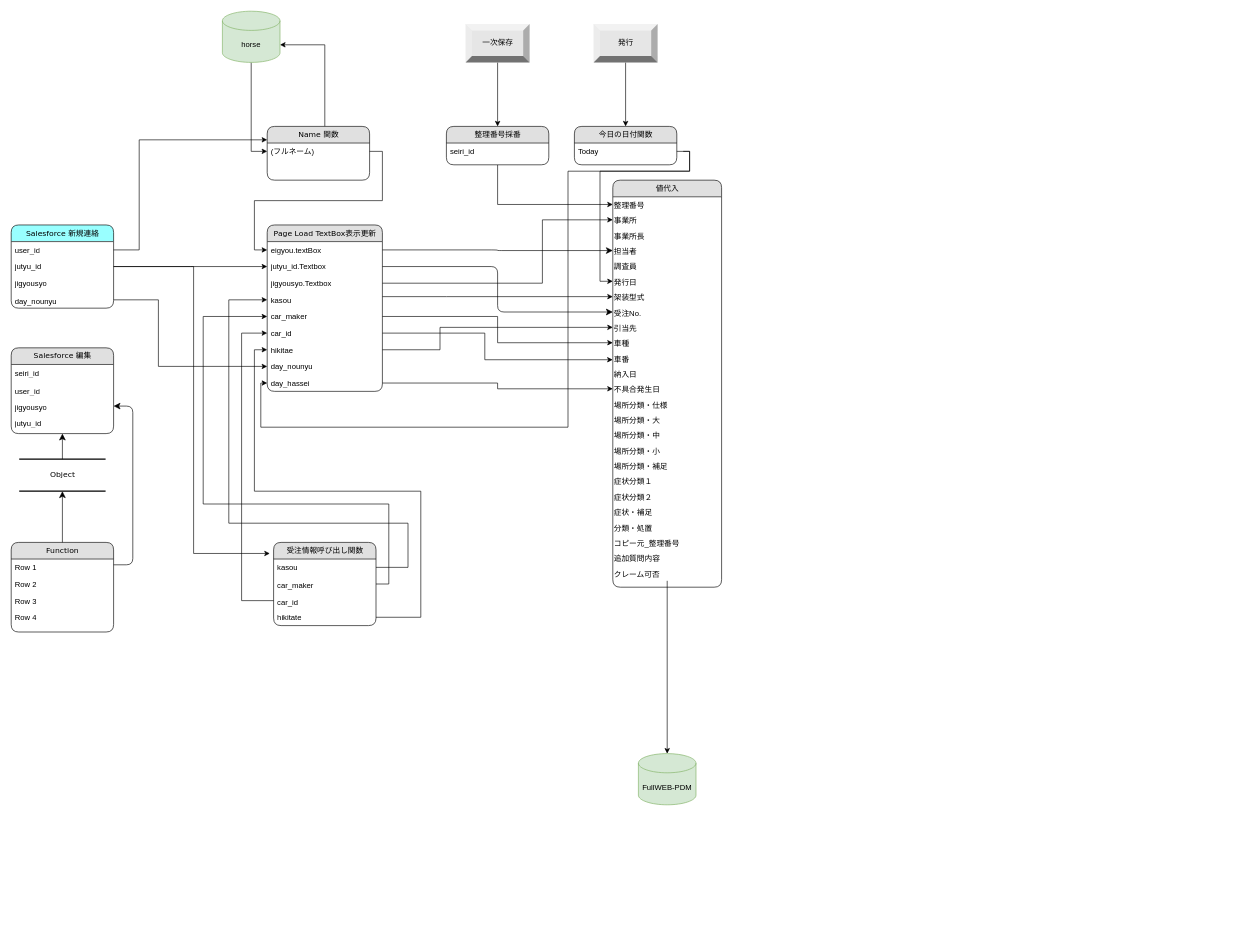
sakag-120/systemflow keeps this draw.io diagram as io Diagram.drawio. Above is the earlier version. Source tidied: cells renumbered, new cells numbered last; positions are measured from the earlier drawing's top-left corner, leaving out a move shared by most shapes. Both pictures are drawn from the tidied source at 64%, with x=0, y=0 at pixel (11, 11).
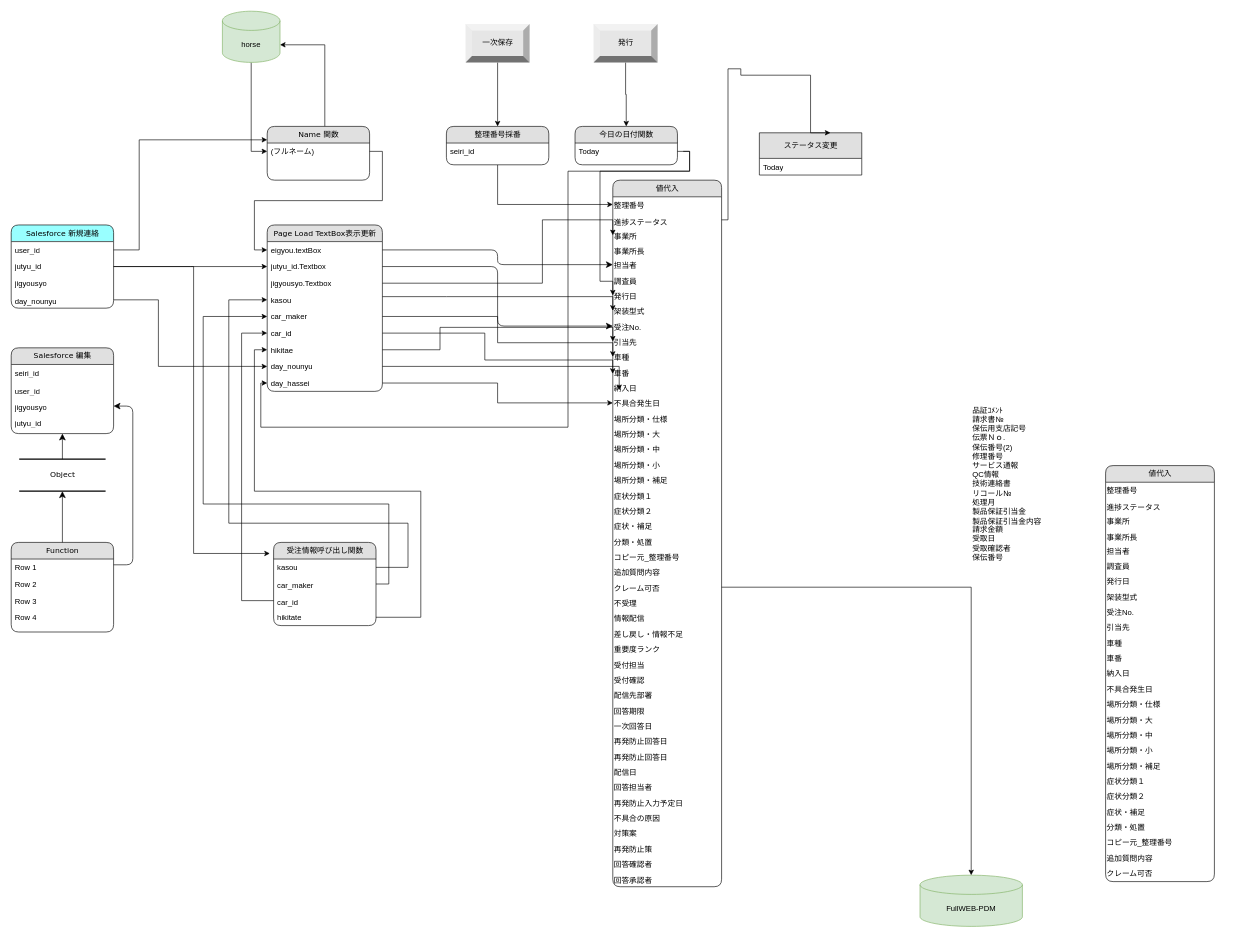
The same page after the edit.

The change refers to these unchanged cells:
```xml
<mxCell id="16" value="day_nounyu" style="text;html=1;strokeColor=none;fillColor=none;spacingLeft=4;spacingRight=4;whiteSpace=wrap;overflow=hidden;points=[[0,0.5],[1,0.5]];portConstraint=eastwest;" parent="8" vertex="1">
  <mxGeometry y="208" width="180" height="26" as="geometry" />
</mxCell>
```

Diff of the diagram source:
```diff
@@
     <mxCell id="39" value="値代入" style="swimlane;html=1;fontStyle=0;horizontal=1;startSize=26;fillColor=#e0e0e0;swimlaneFillColor=#ffffff;align=center;rounded=1;shadow=0;comic=0;labelBackgroundColor=none;strokeWidth=1;fontFamily=Verdana;fontSize=12;" parent="1" vertex="1">
-      <mxGeometry x="940" y="264" width="170" height="636" as="geometry" />
+      <mxGeometry x="940" y="264" width="170" height="1104" as="geometry" />
     </mxCell>
@@
+    <mxCell id="97" value="&lt;table width=&quot;185&quot; cellspacing=&quot;0&quot; cellpadding=&quot;0&quot; border=&quot;0&quot;&gt;&lt;tbody&gt;&lt;tr&gt;&lt;td class=&quot;xl65&quot; style=&quot;height: 13.5pt ; width: 139pt&quot; width=&quot;185&quot; height=&quot;18&quot;&gt;進捗ステータス&lt;/td&gt;&lt;/tr&gt;&lt;/tbody&gt;&lt;/table&gt;" style="text;whiteSpace=wrap;html=1;" parent="39" vertex="1">
+      <mxGeometry y="50" width="170" height="24" as="geometry" />
+    </mxCell>
     <mxCell id="41" value="事業所" style="text;whiteSpace=wrap;html=1;" parent="39" vertex="1">
-      <mxGeometry y="50" width="170" height="24" as="geometry" />
+      <mxGeometry y="74" width="170" height="24" as="geometry" />
     </mxCell>
     <mxCell id="42" value="事業所長" style="text;whiteSpace=wrap;html=1;" parent="39" vertex="1">
-      <mxGeometry y="74" width="170" height="24" as="geometry" />
+      <mxGeometry y="98" width="170" height="22" as="geometry" />
     </mxCell>
     <mxCell id="43" value="担当者" style="text;whiteSpace=wrap;html=1;" parent="39" vertex="1">
-      <mxGeometry y="98" width="170" height="24" as="geometry" />
+      <mxGeometry y="120" width="170" height="24" as="geometry" />
     </mxCell>
     <mxCell id="44" value="調査員" style="text;whiteSpace=wrap;html=1;" parent="39" vertex="1">
-      <mxGeometry y="122" width="170" height="24" as="geometry" />
+      <mxGeometry y="144" width="170" height="24" as="geometry" />
     </mxCell>
     <mxCell id="45" value="発行日" style="text;whiteSpace=wrap;html=1;" parent="39" vertex="1">
-      <mxGeometry y="146" width="170" height="24" as="geometry" />
+      <mxGeometry y="168" width="170" height="24" as="geometry" />
     </mxCell>
     <mxCell id="46" value="架装型式" style="text;whiteSpace=wrap;html=1;" parent="39" vertex="1">
-      <mxGeometry y="170" width="170" height="24" as="geometry" />
+      <mxGeometry y="192" width="170" height="24" as="geometry" />
     </mxCell>
     <mxCell id="47" value="受注No." style="text;whiteSpace=wrap;html=1;" parent="39" vertex="1">
-      <mxGeometry y="194" width="170" height="24" as="geometry" />
+      <mxGeometry y="216" width="170" height="24" as="geometry" />
     </mxCell>
     <mxCell id="48" value="引当先" style="text;whiteSpace=wrap;html=1;" parent="39" vertex="1">
-      <mxGeometry y="218" width="170" height="24" as="geometry" />
+      <mxGeometry y="240" width="170" height="24" as="geometry" />
     </mxCell>
     <mxCell id="49" value="車種" style="text;whiteSpace=wrap;html=1;" parent="39" vertex="1">
-      <mxGeometry y="242" width="170" height="24" as="geometry" />
+      <mxGeometry y="264" width="170" height="24" as="geometry" />
     </mxCell>
     <mxCell id="50" value="車番" style="text;whiteSpace=wrap;html=1;" parent="39" vertex="1">
-      <mxGeometry y="266" width="170" height="24" as="geometry" />
+      <mxGeometry y="288" width="170" height="24" as="geometry" />
     </mxCell>
     <mxCell id="51" value="納入日" style="text;whiteSpace=wrap;html=1;" parent="39" vertex="1">
-      <mxGeometry y="290" width="170" height="24" as="geometry" />
+      <mxGeometry y="312" width="170" height="24" as="geometry" />
     </mxCell>
     <mxCell id="52" value="不具合発生日" style="text;whiteSpace=wrap;html=1;" parent="39" vertex="1">
-      <mxGeometry y="314" width="170" height="24" as="geometry" />
+      <mxGeometry y="336" width="170" height="24" as="geometry" />
     </mxCell>
     <mxCell id="53" value="場所分類・仕様" style="text;whiteSpace=wrap;html=1;" parent="39" vertex="1">
-      <mxGeometry y="338" width="170" height="24" as="geometry" />
+      <mxGeometry y="360" width="170" height="24" as="geometry" />
     </mxCell>
     <mxCell id="54" value="場所分類・大" style="text;whiteSpace=wrap;html=1;" parent="39" vertex="1">
-      <mxGeometry y="362" width="170" height="24" as="geometry" />
+      <mxGeometry y="384" width="170" height="24" as="geometry" />
     </mxCell>
     <mxCell id="55" value="場所分類・中" style="text;whiteSpace=wrap;html=1;" parent="39" vertex="1">
-      <mxGeometry y="386" width="170" height="24" as="geometry" />
+      <mxGeometry y="408" width="170" height="24" as="geometry" />
     </mxCell>
     <mxCell id="56" value="場所分類・小" style="text;whiteSpace=wrap;html=1;" parent="39" vertex="1">
-      <mxGeometry y="410" width="170" height="24" as="geometry" />
+      <mxGeometry y="432" width="170" height="24" as="geometry" />
     </mxCell>
     <mxCell id="57" value="場所分類・補足" style="text;whiteSpace=wrap;html=1;" parent="39" vertex="1">
-      <mxGeometry y="434" width="170" height="24" as="geometry" />
+      <mxGeometry y="456" width="170" height="24" as="geometry" />
     </mxCell>
     <mxCell id="58" value="症状分類１" style="text;whiteSpace=wrap;html=1;" parent="39" vertex="1">
-      <mxGeometry y="458" width="170" height="24" as="geometry" />
+      <mxGeometry y="480" width="170" height="24" as="geometry" />
     </mxCell>
     <mxCell id="59" value="症状分類２" style="text;whiteSpace=wrap;html=1;" parent="39" vertex="1">
-      <mxGeometry y="482" width="170" height="24" as="geometry" />
+      <mxGeometry y="504" width="170" height="24" as="geometry" />
     </mxCell>
     <mxCell id="60" value="症状・補足" style="text;whiteSpace=wrap;html=1;" parent="39" vertex="1">
-      <mxGeometry y="506" width="170" height="24" as="geometry" />
+      <mxGeometry y="528" width="170" height="24" as="geometry" />
     </mxCell>
     <mxCell id="61" value="分類・処置" style="text;whiteSpace=wrap;html=1;" parent="39" vertex="1">
-      <mxGeometry y="530" width="170" height="24" as="geometry" />
+      <mxGeometry y="552" width="170" height="24" as="geometry" />
     </mxCell>
     <mxCell id="62" value="コピー元_整理番号" style="text;whiteSpace=wrap;html=1;" parent="39" vertex="1">
-      <mxGeometry y="554" width="170" height="24" as="geometry" />
+      <mxGeometry y="576" width="170" height="24" as="geometry" />
     </mxCell>
     <mxCell id="63" value="追加質問内容" style="text;whiteSpace=wrap;html=1;" parent="39" vertex="1">
-      <mxGeometry y="578" width="170" height="24" as="geometry" />
+      <mxGeometry y="600" width="170" height="24" as="geometry" />
     </mxCell>
     <mxCell id="64" value="クレーム可否" style="text;whiteSpace=wrap;html=1;" parent="39" vertex="1">
-      <mxGeometry y="602" width="170" height="24" as="geometry" />
+      <mxGeometry y="624" width="170" height="24" as="geometry" />
     </mxCell>
+    <mxCell id="98" value="不受理" style="text;whiteSpace=wrap;html=1;" parent="39" vertex="1">
+      <mxGeometry y="648" width="170" height="24" as="geometry" />
+    </mxCell>
+    <mxCell id="99" value="情報配信" style="text;whiteSpace=wrap;html=1;" parent="39" vertex="1">
+      <mxGeometry y="672" width="170" height="24" as="geometry" />
+    </mxCell>
+    <mxCell id="100" value="差し戻し・情報不足" style="text;whiteSpace=wrap;html=1;" parent="39" vertex="1">
+      <mxGeometry y="696" width="170" height="24" as="geometry" />
+    </mxCell>
+    <mxCell id="101" value="重要度ランク" style="text;whiteSpace=wrap;html=1;" parent="39" vertex="1">
+      <mxGeometry y="720" width="170" height="24" as="geometry" />
+    </mxCell>
+    <mxCell id="102" value="受付担当" style="text;whiteSpace=wrap;html=1;" parent="39" vertex="1">
+      <mxGeometry y="744" width="170" height="24" as="geometry" />
+    </mxCell>
+    <mxCell id="103" value="受付確認" style="text;whiteSpace=wrap;html=1;" parent="39" vertex="1">
+      <mxGeometry y="768" width="170" height="24" as="geometry" />
+    </mxCell>
+    <mxCell id="104" value="配信先部署" style="text;whiteSpace=wrap;html=1;" parent="39" vertex="1">
+      <mxGeometry y="792" width="170" height="24" as="geometry" />
+    </mxCell>
+    <mxCell id="105" value="回答期限" style="text;whiteSpace=wrap;html=1;" parent="39" vertex="1">
+      <mxGeometry y="816" width="170" height="24" as="geometry" />
+    </mxCell>
+    <mxCell id="106" value="一次回答日" style="text;whiteSpace=wrap;html=1;" parent="39" vertex="1">
+      <mxGeometry y="840" width="170" height="24" as="geometry" />
+    </mxCell>
+    <mxCell id="107" value="再発防止回答日" style="text;whiteSpace=wrap;html=1;" parent="39" vertex="1">
+      <mxGeometry y="864" width="170" height="24" as="geometry" />
+    </mxCell>
+    <mxCell id="108" value="再発防止回答日" style="text;whiteSpace=wrap;html=1;" parent="39" vertex="1">
+      <mxGeometry y="888" width="170" height="24" as="geometry" />
+    </mxCell>
+    <mxCell id="109" value="配信日" style="text;whiteSpace=wrap;html=1;" parent="39" vertex="1">
+      <mxGeometry y="912" width="170" height="24" as="geometry" />
+    </mxCell>
+    <mxCell id="110" value="回答担当者" style="text;whiteSpace=wrap;html=1;" parent="39" vertex="1">
+      <mxGeometry y="936" width="170" height="24" as="geometry" />
+    </mxCell>
+    <mxCell id="111" value="再発防止入力予定日" style="text;whiteSpace=wrap;html=1;" parent="39" vertex="1">
+      <mxGeometry y="960" width="170" height="24" as="geometry" />
+    </mxCell>
+    <mxCell id="112" value="不具合の原因" style="text;whiteSpace=wrap;html=1;" parent="39" vertex="1">
+      <mxGeometry y="984" width="170" height="24" as="geometry" />
+    </mxCell>
+    <mxCell id="113" value="対策案" style="text;whiteSpace=wrap;html=1;" parent="39" vertex="1">
+      <mxGeometry y="1008" width="170" height="24" as="geometry" />
+    </mxCell>
+    <mxCell id="114" value="再発防止策" style="text;whiteSpace=wrap;html=1;" parent="39" vertex="1">
+      <mxGeometry y="1032" width="170" height="24" as="geometry" />
+    </mxCell>
+    <mxCell id="115" value="回答確認者" style="text;whiteSpace=wrap;html=1;" parent="39" vertex="1">
+      <mxGeometry y="1056" width="170" height="24" as="geometry" />
+    </mxCell>
+    <mxCell id="116" value="回答承認者" style="text;whiteSpace=wrap;html=1;" parent="39" vertex="1">
+      <mxGeometry y="1080" width="170" height="24" as="geometry" />
+    </mxCell>
     <mxCell id="65" value="FullWEB-PDM" style="shape=cylinder3;whiteSpace=wrap;html=1;boundedLbl=1;backgroundOutline=1;size=15;fillColor=#d5e8d4;strokeColor=#82b366;" parent="1" vertex="1">
-      <mxGeometry x="980" y="1160" width="90" height="80" as="geometry" />
+      <mxGeometry x="1420" y="1350" width="160" height="80" as="geometry" />
     </mxCell>
@@
     <mxCell id="85" value="今日の日付関数" style="swimlane;html=1;fontStyle=0;horizontal=1;startSize=26;fillColor=#e0e0e0;swimlaneFillColor=#ffffff;align=center;rounded=1;shadow=0;comic=0;labelBackgroundColor=none;strokeWidth=1;fontFamily=Verdana;fontSize=12;" parent="1" vertex="1">
-      <mxGeometry x="880" y="180" width="160" height="60" as="geometry" />
+      <mxGeometry x="881" y="180" width="160" height="60" as="geometry" />
     </mxCell>
@@
+    <mxCell id="117" style="edgeStyle=orthogonalEdgeStyle;rounded=0;jettySize=auto;html=1;entryX=0.059;entryY=0.667;entryDx=0;entryDy=0;entryPerimeter=0;" parent="1" edge="1" source="16" target="51">
+      <mxGeometry relative="1" as="geometry" />
+    </mxCell>
+    <mxCell id="118" value="ステータス変更" style="swimlane;html=1;fontStyle=0;horizontal=1;startSize=40;fillColor=#e0e0e0;swimlaneFillColor=#ffffff;align=center;rounded=1;shadow=0;comic=0;labelBackgroundColor=none;strokeWidth=1;fontFamily=Verdana;fontSize=12;arcSize=0;" parent="1" vertex="1">
+      <mxGeometry x="1169" y="190" width="160" height="66" as="geometry" />
+    </mxCell>
+    <mxCell id="119" value="Today" style="text;html=1;strokeColor=none;fillColor=none;spacingLeft=4;spacingRight=4;whiteSpace=wrap;overflow=hidden;" parent="118" vertex="1">
+      <mxGeometry y="40" width="160" height="26" as="geometry" />
+    </mxCell>
+    <mxCell id="120" style="edgeStyle=orthogonalEdgeStyle;rounded=0;jettySize=auto;html=1;entryX=0.694;entryY=0;entryDx=0;entryDy=0;entryPerimeter=0;" parent="1" edge="1" source="97" target="118">
+      <mxGeometry relative="1" as="geometry">
+        <Array as="points">
+          <mxPoint x="1120" y="326" />
+          <mxPoint x="1120" y="90" />
+          <mxPoint x="1140" y="90" />
+          <mxPoint x="1140" y="100" />
+          <mxPoint x="1249" y="100" />
+          <mxPoint x="1249" y="190" />
+        </Array>
+      </mxGeometry>
+    </mxCell>
+    <mxCell id="121" value="値代入" style="swimlane;html=1;fontStyle=0;horizontal=1;startSize=26;fillColor=#e0e0e0;swimlaneFillColor=#ffffff;align=center;rounded=1;shadow=0;comic=0;labelBackgroundColor=none;strokeWidth=1;fontFamily=Verdana;fontSize=12;" parent="1" vertex="1">
+      <mxGeometry x="1710" y="710" width="170" height="650" as="geometry" />
+    </mxCell>
+    <mxCell id="122" value="整理番号" style="text;whiteSpace=wrap;html=1;" parent="121" vertex="1">
+      <mxGeometry y="26" width="170" height="24" as="geometry" />
+    </mxCell>
+    <mxCell id="123" value="&lt;table width=&quot;185&quot; cellspacing=&quot;0&quot; cellpadding=&quot;0&quot; border=&quot;0&quot;&gt;&lt;tbody&gt;&lt;tr&gt;&lt;td class=&quot;xl65&quot; style=&quot;height: 13.5pt ; width: 139pt&quot; width=&quot;185&quot; height=&quot;18&quot;&gt;進捗ステータス&lt;/td&gt;&lt;/tr&gt;&lt;/tbody&gt;&lt;/table&gt;" style="text;whiteSpace=wrap;html=1;" parent="121" vertex="1">
+      <mxGeometry y="50" width="170" height="24" as="geometry" />
+    </mxCell>
+    <mxCell id="124" value="事業所" style="text;whiteSpace=wrap;html=1;" parent="121" vertex="1">
+      <mxGeometry y="74" width="170" height="24" as="geometry" />
+    </mxCell>
+    <mxCell id="125" value="事業所長" style="text;whiteSpace=wrap;html=1;" parent="121" vertex="1">
+      <mxGeometry y="98" width="170" height="22" as="geometry" />
+    </mxCell>
+    <mxCell id="126" value="担当者" style="text;whiteSpace=wrap;html=1;" parent="121" vertex="1">
+      <mxGeometry y="120" width="170" height="24" as="geometry" />
+    </mxCell>
+    <mxCell id="127" value="調査員" style="text;whiteSpace=wrap;html=1;" parent="121" vertex="1">
+      <mxGeometry y="144" width="170" height="24" as="geometry" />
+    </mxCell>
+    <mxCell id="128" value="発行日" style="text;whiteSpace=wrap;html=1;" parent="121" vertex="1">
+      <mxGeometry y="168" width="170" height="24" as="geometry" />
+    </mxCell>
+    <mxCell id="129" value="架装型式" style="text;whiteSpace=wrap;html=1;" parent="121" vertex="1">
+      <mxGeometry y="192" width="170" height="24" as="geometry" />
+    </mxCell>
+    <mxCell id="130" value="受注No." style="text;whiteSpace=wrap;html=1;" parent="121" vertex="1">
+      <mxGeometry y="216" width="170" height="24" as="geometry" />
+    </mxCell>
+    <mxCell id="131" value="引当先" style="text;whiteSpace=wrap;html=1;" parent="121" vertex="1">
+      <mxGeometry y="240" width="170" height="24" as="geometry" />
+    </mxCell>
+    <mxCell id="132" value="車種" style="text;whiteSpace=wrap;html=1;" parent="121" vertex="1">
+      <mxGeometry y="264" width="170" height="24" as="geometry" />
+    </mxCell>
+    <mxCell id="133" value="車番" style="text;whiteSpace=wrap;html=1;" parent="121" vertex="1">
+      <mxGeometry y="288" width="170" height="24" as="geometry" />
+    </mxCell>
+    <mxCell id="134" value="納入日" style="text;whiteSpace=wrap;html=1;" parent="121" vertex="1">
+      <mxGeometry y="312" width="170" height="24" as="geometry" />
+    </mxCell>
+    <mxCell id="135" value="不具合発生日" style="text;whiteSpace=wrap;html=1;" parent="121" vertex="1">
+      <mxGeometry y="336" width="170" height="24" as="geometry" />
+    </mxCell>
+    <mxCell id="136" value="場所分類・仕様" style="text;whiteSpace=wrap;html=1;" parent="121" vertex="1">
+      <mxGeometry y="360" width="170" height="24" as="geometry" />
+    </mxCell>
+    <mxCell id="137" value="場所分類・大" style="text;whiteSpace=wrap;html=1;" parent="121" vertex="1">
+      <mxGeometry y="384" width="170" height="24" as="geometry" />
+    </mxCell>
+    <mxCell id="138" value="場所分類・中" style="text;whiteSpace=wrap;html=1;" parent="121" vertex="1">
+      <mxGeometry y="408" width="170" height="24" as="geometry" />
+    </mxCell>
+    <mxCell id="139" value="場所分類・小" style="text;whiteSpace=wrap;html=1;" parent="121" vertex="1">
+      <mxGeometry y="432" width="170" height="24" as="geometry" />
+    </mxCell>
+    <mxCell id="140" value="場所分類・補足" style="text;whiteSpace=wrap;html=1;" parent="121" vertex="1">
+      <mxGeometry y="456" width="170" height="24" as="geometry" />
+    </mxCell>
+    <mxCell id="141" value="症状分類１" style="text;whiteSpace=wrap;html=1;" parent="121" vertex="1">
+      <mxGeometry y="480" width="170" height="24" as="geometry" />
+    </mxCell>
+    <mxCell id="142" value="症状分類２" style="text;whiteSpace=wrap;html=1;" parent="121" vertex="1">
+      <mxGeometry y="504" width="170" height="24" as="geometry" />
+    </mxCell>
+    <mxCell id="143" value="症状・補足" style="text;whiteSpace=wrap;html=1;" parent="121" vertex="1">
+      <mxGeometry y="528" width="170" height="24" as="geometry" />
+    </mxCell>
+    <mxCell id="144" value="分類・処置" style="text;whiteSpace=wrap;html=1;" parent="121" vertex="1">
+      <mxGeometry y="552" width="170" height="24" as="geometry" />
+    </mxCell>
+    <mxCell id="145" value="コピー元_整理番号" style="text;whiteSpace=wrap;html=1;" parent="121" vertex="1">
+      <mxGeometry y="576" width="170" height="24" as="geometry" />
+    </mxCell>
+    <mxCell id="146" value="追加質問内容" style="text;whiteSpace=wrap;html=1;" parent="121" vertex="1">
+      <mxGeometry y="600" width="170" height="24" as="geometry" />
+    </mxCell>
+    <mxCell id="147" value="クレーム可否" style="text;whiteSpace=wrap;html=1;" parent="121" vertex="1">
+      <mxGeometry y="624" width="170" height="24" as="geometry" />
+    </mxCell>
+    <mxCell id="148" value="品証ｺﾒﾝﾄ&#10;請求書№&#10;保伝用支店記号&#10;伝票Ｎｏ.&#10;保伝番号(2)&#10;修理番号&#10;サービス通報&#10;QC情報&#10;技術連絡書&#10;リコール№&#10;処理月&#10;製品保証引当金&#10;製品保証引当金内容&#10;請求金額&#10;受取日&#10;受取確認者&#10;保伝番号" style="text;whiteSpace=wrap;html=1;" parent="1" vertex="1">
+      <mxGeometry x="1500" y="610" width="130" height="250" as="geometry" />
+    </mxCell>
```
